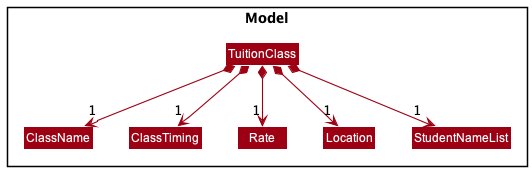
softmagnet/tp keeps this PlantUML diagram as docs/images/TuitionClassModelClassDiagram.png. Above is the earlier version.
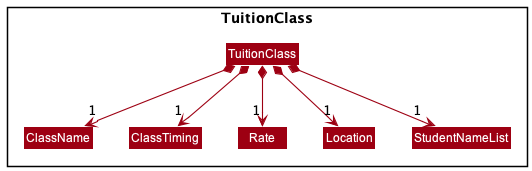
The same diagram one commit later.

Commit message:
Fix small errors in DG model component

Diff of the diagram source:
```diff
@@ -4,7 +4,7 @@
 skinparam arrowColor MODEL_COLOR
 skinparam classBackgroundColor MODEL_COLOR
 
-Package Model <<Rectangle>>{
+Package TuitionClass <<Rectangle>>{
 
 Class TuitionClass
 Class ClassName
```
